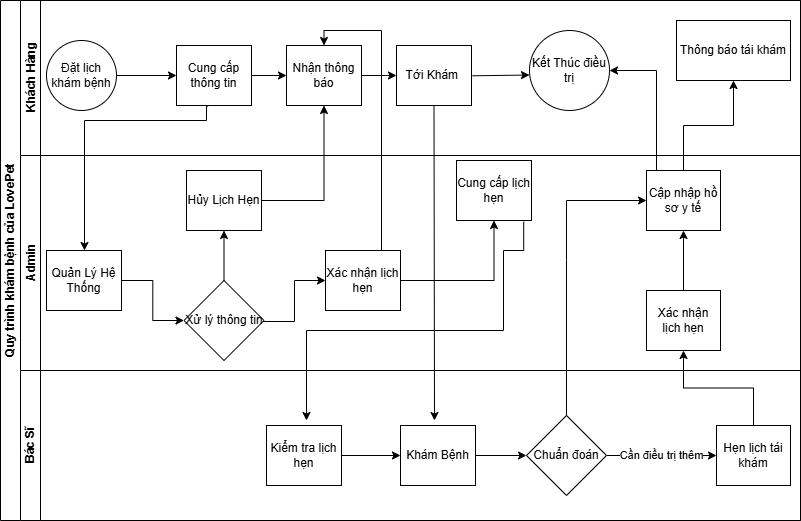
Junglou/-n keeps this draw.io diagram as QuyTrinhKhamBenh.drawio.png. Above is the earlier version. Source tidied: cells renumbered, new cells last; positions are measured from the earlier drawing's top-left corner, leaving out a move shared by most shapes.
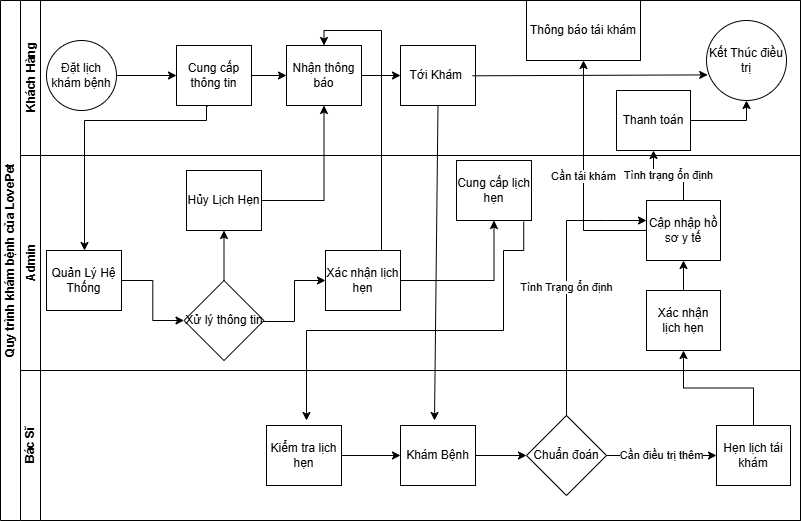
After the commit.

Diff of the diagram source:
```diff
@@ -21,15 +21,11 @@
       <mxGeometry x="156" y="45" width="75" height="60" as="geometry" />
     </mxCell>
     <mxCell id="8" value="Tới Khám&amp;nbsp;" style="whiteSpace=wrap;html=1;" parent="3" vertex="1">
-      <mxGeometry x="376" y="45" width="75" height="60" as="geometry" />
+      <mxGeometry x="380" y="45" width="75" height="60" as="geometry" />
     </mxCell>
-    <mxCell id="9" value="Kết Thúc điều trị" style="ellipse;whiteSpace=wrap;html=1;" parent="3" vertex="1">
-      <mxGeometry x="509" y="30" width="80" height="80" as="geometry" />
-    </mxCell>
-    <mxCell id="10" style="endArrow=classic;html=1;rounded=0;entryX=-0.012;entryY=0.615;entryDx=0;entryDy=0;entryPerimeter=0;" parent="3" edge="1">
+    <mxCell id="10" style="endArrow=classic;html=1;rounded=0;entryX=0.015;entryY=0.68;entryDx=0;entryDy=0;entryPerimeter=0;" parent="3" edge="1" target="9">
       <mxGeometry relative="1" as="geometry">
         <mxPoint x="452" y="75.3" as="sourcePoint" />
-        <mxPoint x="509" y="74.5" as="targetPoint" />
       </mxGeometry>
     </mxCell>
     <mxCell id="11" style="edgeStyle=orthogonalEdgeStyle;rounded=0;jettySize=auto;html=1;" parent="3" edge="1" source="12" target="8">
@@ -39,8 +35,17 @@
       <mxGeometry x="266" y="45" width="75" height="60" as="geometry" />
     </mxCell>
     <mxCell id="13" value="Thông báo tái khám" style="whiteSpace=wrap;html=1;" parent="3" vertex="1">
-      <mxGeometry x="656" y="20" width="114" height="60" as="geometry" />
+      <mxGeometry x="506" width="114" height="60" as="geometry" />
     </mxCell>
+    <mxCell id="9" value="Kết Thúc điều trị" style="ellipse;whiteSpace=wrap;html=1;" parent="3" vertex="1">
+      <mxGeometry x="686" y="20" width="80" height="80" as="geometry" />
+    </mxCell>
+    <mxCell id="44" style="edgeStyle=orthogonalEdgeStyle;rounded=0;jettySize=auto;html=1;entryX=0.5;entryY=1;entryDx=0;entryDy=0;" parent="3" edge="1" source="45" target="9">
+      <mxGeometry relative="1" as="geometry" />
+    </mxCell>
+    <mxCell id="45" value="Thanh toán" style="rounded=0;whiteSpace=wrap;html=1;" parent="3" vertex="1">
+      <mxGeometry x="596" y="90" width="74" height="60" as="geometry" />
+    </mxCell>
     <mxCell id="14" value="Admin" style="swimlane;html=1;startSize=20;horizontal=0;" parent="2" vertex="1">
       <mxGeometry x="20" y="155" width="780" height="215" as="geometry" />
     </mxCell>
@@ -67,7 +72,7 @@
       <mxGeometry x="305" y="95" width="75" height="60" as="geometry" />
     </mxCell>
     <mxCell id="20" value="Cập nhập hồ sơ y tế" style="whiteSpace=wrap;html=1;" parent="14" vertex="1">
-      <mxGeometry x="626" y="15" width="74" height="60" as="geometry" />
+      <mxGeometry x="626" y="45" width="74" height="60" as="geometry" />
     </mxCell>
     <mxCell id="21" value="Xác nhận lịch hẹn" style="whiteSpace=wrap;html=1;" parent="14" vertex="1">
       <mxGeometry x="626" y="135" width="74" height="60" as="geometry" />
@@ -87,6 +92,16 @@
     <mxCell id="26" style="endArrow=classic;html=1;rounded=0;entryX=0.5;entryY=1;entryDx=0;entryDy=0;exitX=0.5;exitY=0;exitDx=0;exitDy=0;" parent="14" edge="1" source="21" target="20">
       <mxGeometry relative="1" as="geometry" />
     </mxCell>
+    <mxCell id="35" value="Tình Trạng ổn định" style="endArrow=classic;html=1;rounded=0;entryX=0;entryY=0.5;entryDx=0;entryDy=0;" parent="14" edge="1">
+      <mxGeometry relative="1" as="geometry">
+        <mxPoint x="546" y="280" as="sourcePoint" />
+        <mxPoint x="626" y="65" as="targetPoint" />
+        <Array as="points">
+          <mxPoint x="546" y="65" />
+          <mxPoint x="586" y="65" />
+        </Array>
+      </mxGeometry>
+    </mxCell>
     <mxCell id="27" value="Bác Sĩ" style="swimlane;html=1;startSize=20;horizontal=0;" parent="2" vertex="1">
       <mxGeometry x="20" y="370" width="780" height="150" as="geometry" />
     </mxCell>
@@ -111,15 +126,6 @@
     <mxCell id="34" value="Hẹn lịch tái khám" style="whiteSpace=wrap;html=1;" parent="27" vertex="1">
       <mxGeometry x="696" y="55" width="74" height="60" as="geometry" />
     </mxCell>
-    <mxCell id="35" style="endArrow=classic;html=1;rounded=0;entryX=0;entryY=0.5;entryDx=0;entryDy=0;" parent="27" edge="1" target="20">
-      <mxGeometry relative="1" as="geometry">
-        <mxPoint x="546" y="45" as="sourcePoint" />
-        <Array as="points">
-          <mxPoint x="546" y="-110" />
-          <mxPoint x="546" y="-170" />
-        </Array>
-      </mxGeometry>
-    </mxCell>
     <mxCell id="36" style="edgeStyle=orthogonalEdgeStyle;rounded=0;jettySize=auto;html=1;exitX=0.421;exitY=1.01;exitDx=0;exitDy=0;exitPerimeter=0;" parent="2" edge="1" source="7" target="16">
       <mxGeometry relative="1" as="geometry">
         <Array as="points">
@@ -134,13 +140,6 @@
         <mxPoint x="434" y="420" as="targetPoint" />
       </mxGeometry>
     </mxCell>
-    <mxCell id="38" style="edgeStyle=orthogonalEdgeStyle;rounded=0;jettySize=auto;html=1;" parent="2" edge="1" source="20" target="9">
-      <mxGeometry relative="1" as="geometry">
-        <Array as="points">
-          <mxPoint x="656" y="70" />
-        </Array>
-      </mxGeometry>
-    </mxCell>
     <mxCell id="39" style="edgeStyle=orthogonalEdgeStyle;rounded=0;jettySize=auto;html=1;" parent="2" edge="1" source="34" target="21">
       <mxGeometry relative="1" as="geometry" />
     </mxCell>
@@ -166,8 +165,11 @@
         </Array>
       </mxGeometry>
     </mxCell>
-    <mxCell id="43" style="edgeStyle=orthogonalEdgeStyle;rounded=0;jettySize=auto;html=1;" parent="2" edge="1" source="20" target="13">
+    <mxCell id="43" value="Cần tái khám" style="edgeStyle=orthogonalEdgeStyle;rounded=0;jettySize=auto;html=1;" parent="2" edge="1" source="20" target="13">
       <mxGeometry relative="1" as="geometry" />
     </mxCell>
+    <mxCell id="46" value="Tình trạng ổn định" style="edgeStyle=orthogonalEdgeStyle;rounded=0;jettySize=auto;html=1;" parent="2" edge="1" source="20" target="45">
+      <mxGeometry relative="1" as="geometry" />
+    </mxCell>
   </root>
 </mxGraphModel>
```
